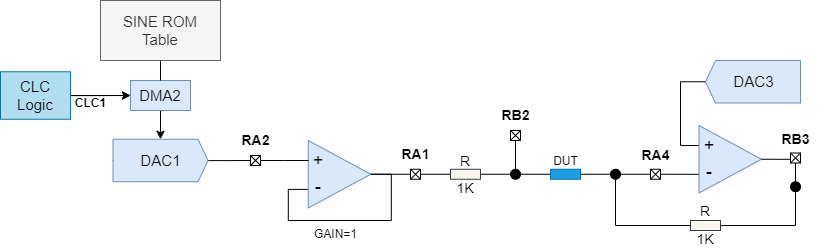
Above: images/lc_meter_concept_diagram.png in microchip-pic-avr-examples/pic18f56q71-rlc-meter-mplab-mcc (draw.io), before the change. Source tidied: cells renumbered, new cells last; positions are measured from the earlier drawing's top-left corner, leaving out a move shared by most shapes.
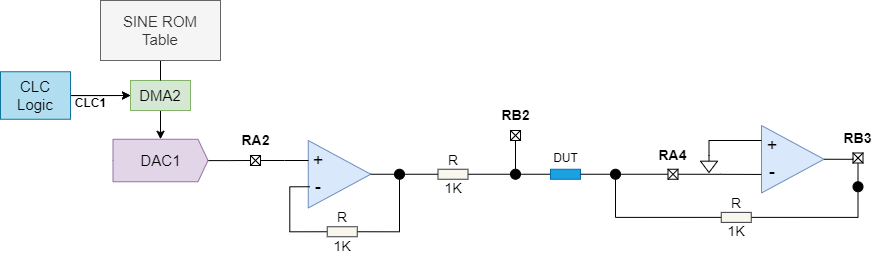
The same file after the commit.

The edit, as a diff of the source:
```diff
@@ -5,13 +5,13 @@
     <mxCell id="2" style="edgeStyle=orthogonalEdgeStyle;rounded=0;jettySize=auto;html=1;" parent="1" edge="1" source="3" target="5">
       <mxGeometry relative="1" as="geometry" />
     </mxCell>
-    <mxCell id="3" value="&lt;font style=&quot;font-size: 15px;&quot;&gt;DMA2&lt;/font&gt;" style="rounded=0;whiteSpace=wrap;html=1;fillColor=#dae8fc;strokeColor=#6c8ebf;" parent="1" vertex="1">
+    <mxCell id="3" value="&lt;font style=&quot;font-size: 15px;&quot;&gt;DMA2&lt;/font&gt;" style="rounded=0;whiteSpace=wrap;html=1;fillColor=#d5e8d4;strokeColor=#82b366;" parent="1" vertex="1">
       <mxGeometry x="130" y="80" width="60" height="30" as="geometry" />
     </mxCell>
     <mxCell id="4" style="edgeStyle=orthogonalEdgeStyle;rounded=0;jettySize=auto;html=1;startArrow=none;startFill=0;endArrow=none;endFill=0;" parent="1" edge="1" source="5" target="12">
       <mxGeometry relative="1" as="geometry" />
     </mxCell>
-    <mxCell id="5" value="&lt;font style=&quot;font-size: 15px;&quot;&gt;DAC1&lt;/font&gt;" style="html=1;shadow=0;dashed=0;align=center;verticalAlign=middle;shape=mxgraph.arrows2.arrow;dy=0;dx=10;notch=0;fillColor=#dae8fc;strokeColor=#6c8ebf;" parent="1" vertex="1">
+    <mxCell id="5" value="&lt;font style=&quot;font-size: 15px;&quot;&gt;DAC1&lt;/font&gt;" style="html=1;shadow=0;dashed=0;align=center;verticalAlign=middle;shape=mxgraph.arrows2.arrow;dy=0;dx=10;notch=0;fillColor=#e1d5e7;strokeColor=#9673a6;" parent="1" vertex="1">
       <mxGeometry x="112.5" y="138.8" width="95" height="42.5" as="geometry" />
     </mxCell>
     <mxCell id="6" style="edgeStyle=orthogonalEdgeStyle;rounded=0;jettySize=auto;html=1;exitX=0.5;exitY=1;exitDx=0;exitDy=0;entryX=0.5;entryY=0;entryDx=0;entryDy=0;endArrow=none;endFill=0;" parent="1" edge="1" source="7" target="3">
@@ -41,30 +41,15 @@
     <mxCell id="14" style="endArrow=none;html=1;rounded=0;entryX=1;entryY=0;entryDx=0;entryDy=0;exitX=0;exitY=1;exitDx=0;exitDy=0;" parent="11" edge="1" source="12" target="12">
       <mxGeometry relative="1" as="geometry" />
     </mxCell>
-    <mxCell id="15" style="edgeStyle=orthogonalEdgeStyle;rounded=0;jettySize=auto;html=1;exitX=0;exitY=0.5;exitDx=0;exitDy=0;entryX=1;entryY=0.5;entryDx=0;entryDy=0;endArrow=none;endFill=0;" parent="1" edge="1" source="17" target="20">
-      <mxGeometry relative="1" as="geometry" />
-    </mxCell>
     <mxCell id="16" style="edgeStyle=orthogonalEdgeStyle;rounded=0;jettySize=auto;html=1;exitX=1;exitY=0.5;exitDx=0;exitDy=0;entryX=0;entryY=0.5;entryDx=0;entryDy=0;endArrow=none;endFill=0;" parent="1" edge="1" source="17" target="18">
       <mxGeometry relative="1" as="geometry" />
     </mxCell>
     <mxCell id="17" style="rounded=0;whiteSpace=wrap;html=1;fillColor=#f9f7ed;strokeColor=#36393d;" parent="1" vertex="1">
-      <mxGeometry x="450" y="168.8" width="30" height="10" as="geometry" />
+      <mxGeometry x="437.5" y="168.8" width="30" height="10" as="geometry" />
     </mxCell>
     <mxCell id="18" style="rounded=0;whiteSpace=wrap;html=1;fillColor=#1ba1e2;strokeColor=#006EAF;fontColor=#ffffff;" parent="1" vertex="1">
       <mxGeometry x="550" y="168.8" width="30" height="10" as="geometry" />
     </mxCell>
-    <mxCell id="19" style="group;" parent="1" vertex="1">
-      <mxGeometry x="410" y="168.8" width="10" height="10" as="geometry" />
-    </mxCell>
-    <mxCell id="20" style="rounded=0;whiteSpace=wrap;html=1;" parent="19" vertex="1">
-      <mxGeometry width="10" height="10" as="geometry" />
-    </mxCell>
-    <mxCell id="21" style="endArrow=none;html=1;rounded=0;exitX=0;exitY=0;exitDx=0;exitDy=0;entryX=1;entryY=1;entryDx=0;entryDy=0;" parent="19" edge="1" source="20" target="20">
-      <mxGeometry relative="1" as="geometry" />
-    </mxCell>
-    <mxCell id="22" style="endArrow=none;html=1;rounded=0;entryX=1;entryY=0;entryDx=0;entryDy=0;exitX=0;exitY=1;exitDx=0;exitDy=0;" parent="19" edge="1" source="20" target="20">
-      <mxGeometry relative="1" as="geometry" />
-    </mxCell>
     <mxCell id="23" style="group;" parent="1" vertex="1">
       <mxGeometry x="510" y="130" width="10" height="10" as="geometry" />
     </mxCell>
@@ -84,7 +69,7 @@
       <mxGeometry relative="1" as="geometry" />
     </mxCell>
     <mxCell id="29" style="group;" parent="1" vertex="1">
-      <mxGeometry x="650" y="168.8" width="10" height="10" as="geometry" />
+      <mxGeometry x="667.5" y="168.8" width="10" height="10" as="geometry" />
     </mxCell>
     <mxCell id="30" style="rounded=0;whiteSpace=wrap;html=1;" parent="29" vertex="1">
       <mxGeometry width="10" height="10" as="geometry" />
@@ -99,7 +84,7 @@
       <mxGeometry relative="1" as="geometry" />
     </mxCell>
     <mxCell id="34" style="group;" parent="1" vertex="1">
-      <mxGeometry x="790" y="152.5" width="10" height="10" as="geometry" />
+      <mxGeometry x="852.5" y="152.5" width="10" height="10" as="geometry" />
     </mxCell>
     <mxCell id="35" style="rounded=0;whiteSpace=wrap;html=1;" parent="34" vertex="1">
       <mxGeometry width="10" height="10" as="geometry" />
@@ -110,14 +95,8 @@
     <mxCell id="37" style="endArrow=none;html=1;rounded=0;entryX=1;entryY=0;entryDx=0;entryDy=0;exitX=0;exitY=1;exitDx=0;exitDy=0;" parent="34" edge="1" source="35" target="35">
       <mxGeometry relative="1" as="geometry" />
     </mxCell>
-    <mxCell id="38" style="edgeStyle=orthogonalEdgeStyle;rounded=0;jettySize=auto;html=1;exitX=1;exitY=0.5;exitDx=0;exitDy=0;exitPerimeter=0;entryX=0;entryY=0.5;entryDx=0;entryDy=0;endArrow=none;endFill=0;" parent="1" edge="1" source="39" target="42">
-      <mxGeometry relative="1" as="geometry" />
-    </mxCell>
-    <mxCell id="39" value="&lt;font style=&quot;font-size: 15px;&quot;&gt;DAC3&lt;/font&gt;" style="html=1;shadow=0;dashed=0;align=center;verticalAlign=middle;shape=mxgraph.arrows2.arrow;dy=0;dx=10;notch=0;flipH=1;fillColor=#dae8fc;strokeColor=#6c8ebf;" parent="1" vertex="1">
-      <mxGeometry x="705" y="60" width="95" height="42.5" as="geometry" />
-    </mxCell>
     <mxCell id="40" style="group;" parent="1" vertex="1">
-      <mxGeometry x="677.5" y="125" width="83.5" height="67.5" as="geometry" />
+      <mxGeometry x="740" y="125" width="83.5" height="67.5" as="geometry" />
     </mxCell>
     <mxCell id="41" style="triangle;whiteSpace=wrap;html=1;fillColor=#dae8fc;strokeColor=#6c8ebf;" parent="40" vertex="1">
       <mxGeometry x="21" width="62.5" height="67.5" as="geometry" />
@@ -138,7 +117,7 @@
       <mxGeometry relative="1" as="geometry" />
     </mxCell>
     <mxCell id="47" style="rounded=0;whiteSpace=wrap;html=1;fillColor=#f9f7ed;strokeColor=#36393d;" parent="1" vertex="1">
-      <mxGeometry x="690" y="220" width="30" height="10" as="geometry" />
+      <mxGeometry x="720.8" y="211.9" width="30" height="10" as="geometry" />
     </mxCell>
     <mxCell id="48" style="edgeStyle=orthogonalEdgeStyle;rounded=0;jettySize=auto;html=1;exitX=0;exitY=0.5;exitDx=0;exitDy=0;entryX=1;entryY=0.5;entryDx=0;entryDy=0;endArrow=none;endFill=0;" parent="1" edge="1" source="30" target="49">
       <mxGeometry relative="1" as="geometry" />
@@ -147,7 +126,7 @@
       <mxGeometry x="610" y="168.8" width="10" height="10" as="geometry" />
     </mxCell>
     <mxCell id="50" style="ellipse;whiteSpace=wrap;html=1;fillColor=#000000;" parent="1" vertex="1">
-      <mxGeometry x="790" y="181.2" width="10" height="10" as="geometry" />
+      <mxGeometry x="852.5" y="181.2" width="10" height="10" as="geometry" />
     </mxCell>
     <mxCell id="51" style="edgeStyle=orthogonalEdgeStyle;rounded=0;jettySize=auto;html=1;exitX=0.5;exitY=1;exitDx=0;exitDy=0;entryX=0.5;entryY=0;entryDx=0;entryDy=0;endArrow=none;endFill=0;" parent="1" edge="1" source="35" target="50">
       <mxGeometry relative="1" as="geometry" />
@@ -159,34 +138,28 @@
       <mxGeometry x="492.5" y="100" width="45" height="30" as="geometry" />
     </mxCell>
     <mxCell id="54" value="&lt;b&gt;&lt;font style=&quot;font-size: 14px;&quot;&gt;RA4&lt;/font&gt;&lt;/b&gt;" style="text;html=1;align=center;verticalAlign=middle;whiteSpace=wrap;rounded=0;" parent="1" vertex="1">
-      <mxGeometry x="632.5" y="140" width="45" height="30" as="geometry" />
+      <mxGeometry x="650" y="140" width="45" height="30" as="geometry" />
     </mxCell>
-    <mxCell id="55" value="&lt;b&gt;&lt;font style=&quot;font-size: 14px;&quot;&gt;RA1&lt;/font&gt;&lt;/b&gt;" style="text;html=1;align=center;verticalAlign=middle;whiteSpace=wrap;rounded=0;" parent="1" vertex="1">
-      <mxGeometry x="392.5" y="138.8" width="45" height="30" as="geometry" />
-    </mxCell>
     <mxCell id="56" value="&lt;b&gt;&lt;font style=&quot;font-size: 14px;&quot;&gt;RB3&lt;/font&gt;&lt;/b&gt;" style="text;html=1;align=center;verticalAlign=middle;whiteSpace=wrap;rounded=0;" parent="1" vertex="1">
-      <mxGeometry x="772.5" y="123.8" width="45" height="30" as="geometry" />
+      <mxGeometry x="835" y="122.5" width="45" height="30" as="geometry" />
     </mxCell>
     <mxCell id="57" value="&lt;font style=&quot;font-size: 14px;&quot;&gt;R&lt;/font&gt;" style="text;html=1;align=center;verticalAlign=middle;whiteSpace=wrap;rounded=0;" parent="1" vertex="1">
-      <mxGeometry x="686.2" y="201.2" width="37.5" height="18.8" as="geometry" />
+      <mxGeometry x="717" y="193.1" width="37.5" height="18.8" as="geometry" />
     </mxCell>
     <mxCell id="58" value="&lt;font style=&quot;font-size: 14px;&quot;&gt;R&lt;/font&gt;" style="text;html=1;align=center;verticalAlign=middle;whiteSpace=wrap;rounded=0;" parent="1" vertex="1">
-      <mxGeometry x="446.2" y="151.2" width="37.5" height="18.8" as="geometry" />
+      <mxGeometry x="433.8" y="150.6" width="37.5" height="18.8" as="geometry" />
     </mxCell>
     <mxCell id="59" value="&lt;font style=&quot;font-size: 14px;&quot;&gt;1K&lt;/font&gt;" style="text;html=1;align=center;verticalAlign=middle;whiteSpace=wrap;rounded=0;" parent="1" vertex="1">
-      <mxGeometry x="446.2" y="178.8" width="37.5" height="18.8" as="geometry" />
+      <mxGeometry x="433.8" y="178.8" width="37.5" height="18.8" as="geometry" />
     </mxCell>
     <mxCell id="60" value="&lt;font style=&quot;font-size: 14px;&quot;&gt;1K&lt;/font&gt;" style="text;html=1;align=center;verticalAlign=middle;whiteSpace=wrap;rounded=0;" parent="1" vertex="1">
-      <mxGeometry x="686.2" y="230" width="37.5" height="18.8" as="geometry" />
+      <mxGeometry x="717" y="221.9" width="37.5" height="18.8" as="geometry" />
     </mxCell>
     <mxCell id="61" value="&lt;font style=&quot;font-size: 12px;&quot;&gt;&lt;b&gt;CLC1&lt;/b&gt;&lt;/font&gt;" style="text;html=1;align=center;verticalAlign=middle;strokeColor=none;fillColor=none;" parent="1" vertex="1">
       <mxGeometry x="65" y="88" width="50" height="30" as="geometry" />
     </mxCell>
-    <mxCell id="62" value="GAIN=1" style="text;html=1;align=center;verticalAlign=middle;strokeColor=none;fillColor=none;" parent="1" vertex="1">
-      <mxGeometry x="300.2" y="218.8" width="70" height="30" as="geometry" />
-    </mxCell>
     <mxCell id="63" value="DUT" style="text;html=1;align=center;verticalAlign=middle;strokeColor=none;fillColor=none;" parent="1" vertex="1">
-      <mxGeometry x="540" y="145.6" width="50" height="30" as="geometry" />
+      <mxGeometry x="540" y="142.5" width="50" height="30" as="geometry" />
     </mxCell>
     <mxCell id="64" style="edgeStyle=orthogonalEdgeStyle;rounded=0;jettySize=auto;html=1;exitX=1;exitY=0.5;exitDx=0;exitDy=0;entryX=-0.095;entryY=0.635;entryDx=0;entryDy=0;endArrow=none;endFill=0;entryPerimeter=0;" parent="1" edge="1" source="30" target="43">
       <mxGeometry relative="1" as="geometry" />
@@ -194,16 +167,6 @@
     <mxCell id="65" style="group;" parent="1" vertex="1">
       <mxGeometry x="286.8" y="140" width="83.5" height="67.5" as="geometry" />
     </mxCell>
-    <mxCell id="66" style="edgeStyle=orthogonalEdgeStyle;rounded=0;jettySize=auto;html=1;exitX=1;exitY=0.5;exitDx=0;exitDy=0;entryX=-0.052;entryY=0.632;entryDx=0;entryDy=0;endArrow=none;endFill=0;entryPerimeter=0;" parent="65" edge="1" source="67" target="69">
-      <mxGeometry relative="1" as="geometry">
-        <Array as="points">
-          <mxPoint x="104" y="34" />
-          <mxPoint x="104" y="80" />
-          <mxPoint x="1" y="80" />
-          <mxPoint x="1" y="49" />
-        </Array>
-      </mxGeometry>
-    </mxCell>
     <mxCell id="67" style="triangle;whiteSpace=wrap;html=1;fillColor=#dae8fc;strokeColor=#6c8ebf;" parent="65" vertex="1">
       <mxGeometry x="21" width="62.5" height="67.5" as="geometry" />
     </mxCell>
@@ -218,8 +181,41 @@
         <mxPoint x="308" y="160" as="targetPoint" />
       </mxGeometry>
     </mxCell>
-    <mxCell id="71" style="edgeStyle=orthogonalEdgeStyle;rounded=0;jettySize=auto;html=1;exitX=1;exitY=0.5;exitDx=0;exitDy=0;entryX=0;entryY=0.5;entryDx=0;entryDy=0;endArrow=none;endFill=0;" parent="1" edge="1" source="67" target="20">
+    <mxCell id="71" style="edgeStyle=orthogonalEdgeStyle;rounded=0;jettySize=auto;html=1;entryX=0;entryY=0.5;entryDx=0;entryDy=0;endArrow=none;endFill=0;exitX=1;exitY=0.5;exitDx=0;exitDy=0;" parent="1" edge="1" source="77" target="17">
       <mxGeometry relative="1" as="geometry" />
     </mxCell>
+    <mxCell id="72" style="edgeStyle=orthogonalEdgeStyle;rounded=0;jettySize=auto;html=1;exitX=0;exitY=0.5;exitDx=0;exitDy=0;entryX=0;entryY=0.5;entryDx=0;entryDy=0;endArrow=none;endFill=0;" parent="1" edge="1" source="74" target="69">
+      <mxGeometry relative="1" as="geometry" />
+    </mxCell>
+    <mxCell id="73" style="edgeStyle=orthogonalEdgeStyle;rounded=0;jettySize=auto;html=1;exitX=1;exitY=0.5;exitDx=0;exitDy=0;entryX=0.5;entryY=1;entryDx=0;entryDy=0;endArrow=none;endFill=0;" parent="1" edge="1" source="74" target="77">
+      <mxGeometry relative="1" as="geometry" />
+    </mxCell>
+    <mxCell id="74" style="rounded=0;whiteSpace=wrap;html=1;fillColor=#f9f7ed;strokeColor=#36393d;" parent="1" vertex="1">
+      <mxGeometry x="326.8" y="226.2" width="30" height="10" as="geometry" />
+    </mxCell>
+    <mxCell id="75" value="&lt;font style=&quot;font-size: 14px;&quot;&gt;R&lt;/font&gt;" style="text;html=1;align=center;verticalAlign=middle;whiteSpace=wrap;rounded=0;" parent="1" vertex="1">
+      <mxGeometry x="323" y="207.5" width="37.5" height="18.8" as="geometry" />
+    </mxCell>
+    <mxCell id="76" value="&lt;font style=&quot;font-size: 14px;&quot;&gt;1K&lt;/font&gt;" style="text;html=1;align=center;verticalAlign=middle;whiteSpace=wrap;rounded=0;" parent="1" vertex="1">
+      <mxGeometry x="323" y="236.2" width="37.5" height="18.8" as="geometry" />
+    </mxCell>
+    <mxCell id="77" style="ellipse;whiteSpace=wrap;html=1;fillColor=#000000;" parent="1" vertex="1">
+      <mxGeometry x="394" y="168.8" width="10" height="10" as="geometry" />
+    </mxCell>
+    <mxCell id="78" style="edgeStyle=orthogonalEdgeStyle;rounded=0;jettySize=auto;html=1;exitX=1;exitY=0.5;exitDx=0;exitDy=0;entryX=0;entryY=0.5;entryDx=0;entryDy=0;endArrow=none;endFill=0;" parent="1" edge="1" source="67" target="77">
+      <mxGeometry relative="1" as="geometry" />
+    </mxCell>
+    <mxCell id="79" style="verticalLabelPosition=bottom;shadow=0;dashed=0;align=center;html=1;verticalAlign=top;shape=mxgraph.electrical.signal_sources.signal_ground;" parent="1" vertex="1">
+      <mxGeometry x="700" y="155" width="17" height="17" as="geometry" />
+    </mxCell>
+    <mxCell id="80" style="edgeStyle=orthogonalEdgeStyle;rounded=0;jettySize=auto;html=1;endArrow=none;endFill=0;exitX=0.5;exitY=0;exitDx=0;exitDy=0;exitPerimeter=0;" parent="1" edge="1" source="79">
+      <mxGeometry relative="1" as="geometry">
+        <mxPoint x="761" y="140" as="targetPoint" />
+        <Array as="points">
+          <mxPoint x="708" y="140" />
+          <mxPoint x="761" y="140" />
+        </Array>
+      </mxGeometry>
+    </mxCell>
   </root>
 </mxGraphModel>
```
